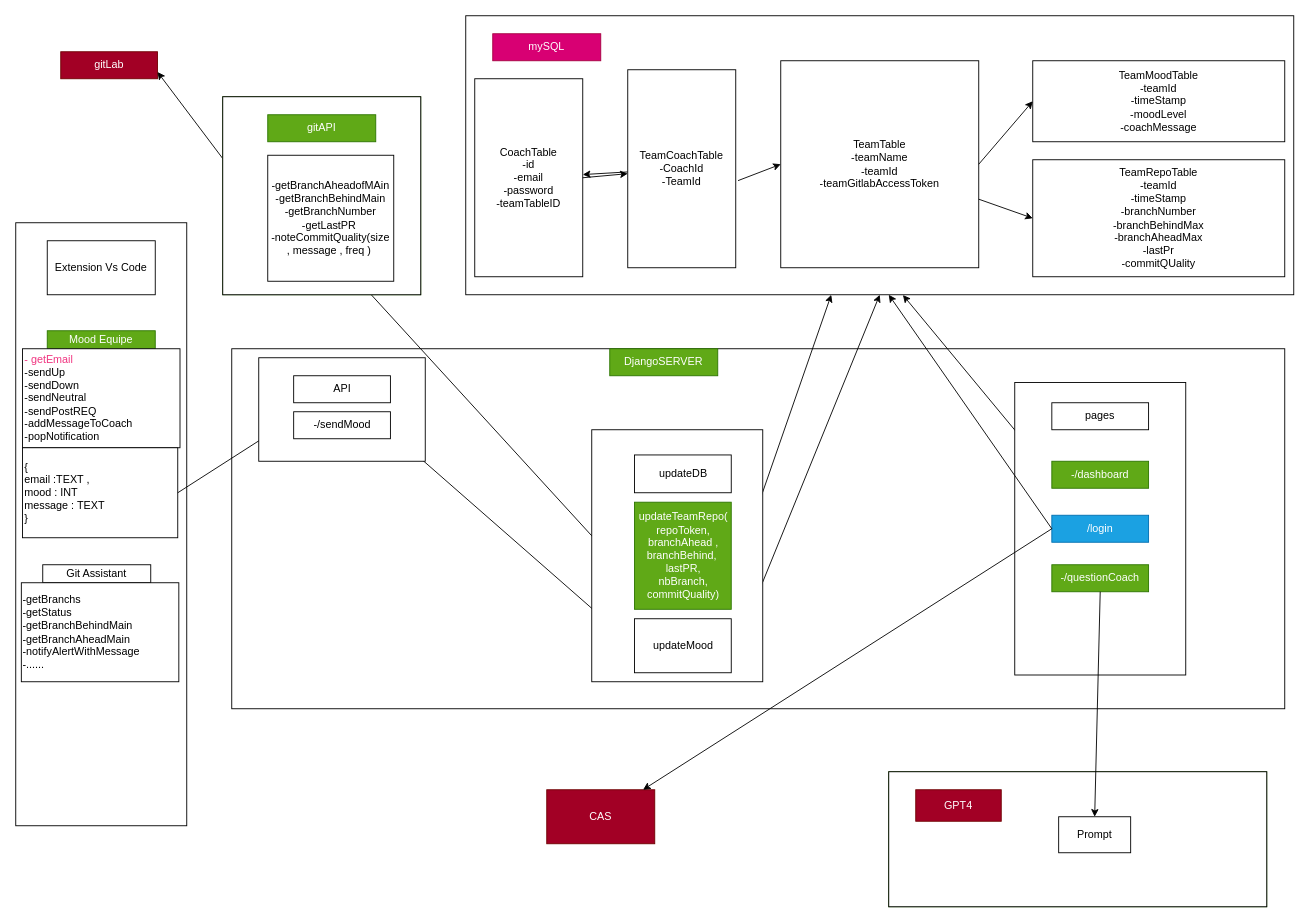
Earlier version of the draw.io diagram architecture.drawio (mohamedali3107/codingcoach). Source tidied: cells renumbered, new cells numbered last; positions are measured from the earlier drawing's top-left corner, leaving out a move shared by most shapes. Both pictures are drawn from the tidied source at 90%, with x=0, y=0 at pixel (15, 15).
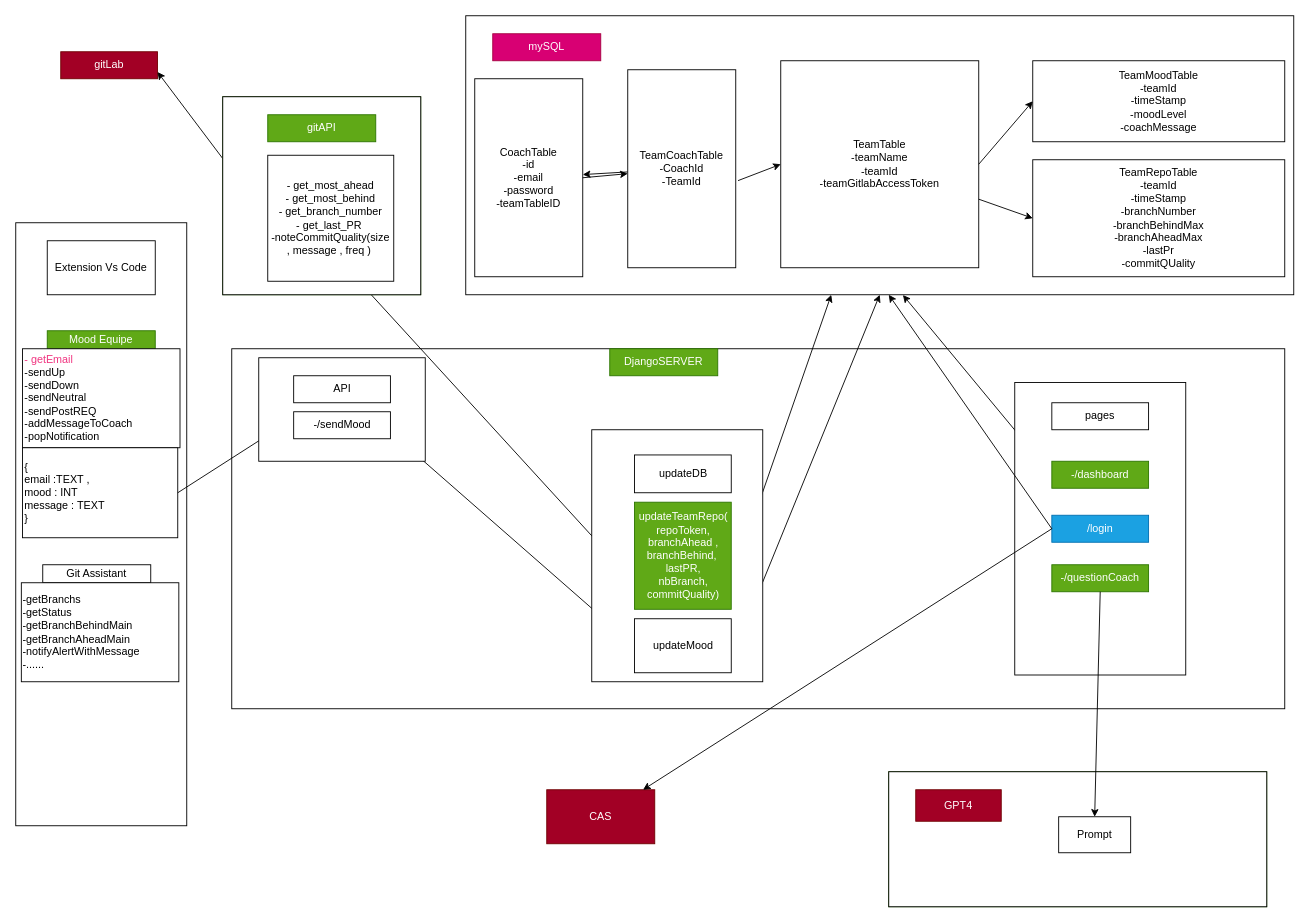
The same page after the edit.

Commit message:
Function names

Unchanged cells that the change refers to:
```xml
<mxCell id="52" style="group;fillColor=#60a917;fontColor=#ffffff;strokeColor=#2D7600;" parent="1" vertex="1">
  <mxGeometry x="230" y="90" width="220" height="220" as="geometry" />
</mxCell>
```

What changed in the source:
```diff
@@
-    <mxCell id="55" value="-getBranchAheadofMAin&lt;br&gt;-getBranchBehindMain&lt;br&gt;-getBranchNumber&lt;br&gt;-getLastPR&amp;nbsp;&lt;br&gt;-noteCommitQuality(size , message , freq )&amp;nbsp;" style="whiteSpace=wrap;html=1;" parent="52" vertex="1">
+    <mxCell id="55" value="- get_most_ahead&lt;br&gt;- get_most_behind&lt;br&gt;- get_branch_number&lt;br&gt;- get_last_PR&amp;nbsp;&lt;br&gt;-noteCommitQuality(size , message , freq )&amp;nbsp;" style="whiteSpace=wrap;html=1;" parent="52" vertex="1">
       <mxGeometry x="50" y="65" width="140" height="140" as="geometry" />
     </mxCell>
```
